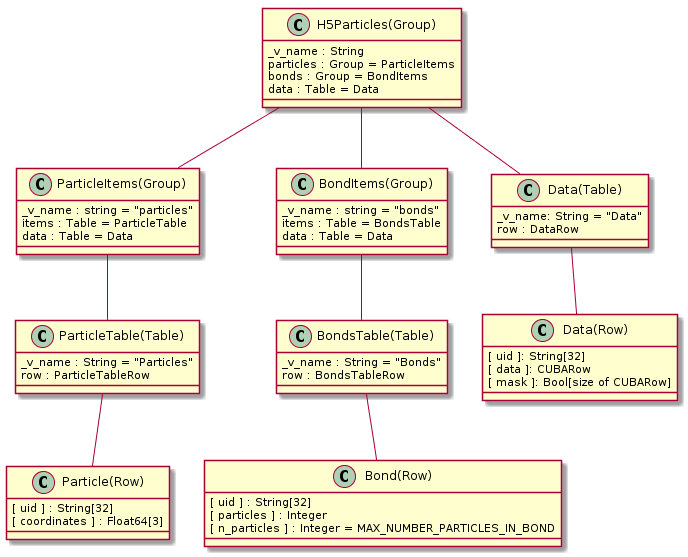
simphony/simphony-common keeps this PlantUML diagram as doc/source/images/h5particles.png. Above is the earlier version. Its diagram source:
```plantuml
@startuml
class H5Particles as "H5Particles(Group)" {
   _v_name : String
   particles : Group = ParticleItems
   bonds : Group = BondItems
   data : Table = Data
}

class ParticleItems as "ParticleItems(Group)" {
   _v_name : string = "particles"
   items : Table = ParticleTable
   data : Table = Data
}

class BondItems as "BondItems(Group)" {
   _v_name : string = "bonds"
   items : Table = BondsTable
   data : Table = Data
}

class ParticleTable as "ParticleTable(Table)" {
   _v_name : String = "Particles"
   row : ParticleTableRow
}

class BondsTable as "BondsTable(Table)" {
   _v_name : String = "Bonds"
   row : BondsTableRow
}

class Data as "Data(Table)" {
   _v_name: String = "Data"
   row : DataRow
}

class ParticleTableRow as "Particle(Row)" {
   [ uid ] : String[32]
   [ coordinates ] : Float64[3]
}

class BondTableRow as "Bond(Row)" {
   [ uid ] : String[32]
   [ particles ] : Integer
   [ n_particles ] : Integer = MAX_NUMBER_PARTICLES_IN_BOND
}

class DataRow as "Data(Row)" {
  [ uid ]: String[32]
  [ data ]: CUBARow
  [ mask ]: Bool[size of CUBARow]
}

H5Particles -- ParticleItems
H5Particles -- BondItems
H5Particles -- Data

ParticleItems -- ParticleTable
BondItems -- BondsTable

ParticleTable -- ParticleTableRow
BondsTable -- BondTableRow
Data -- DataRow

@enduml
```
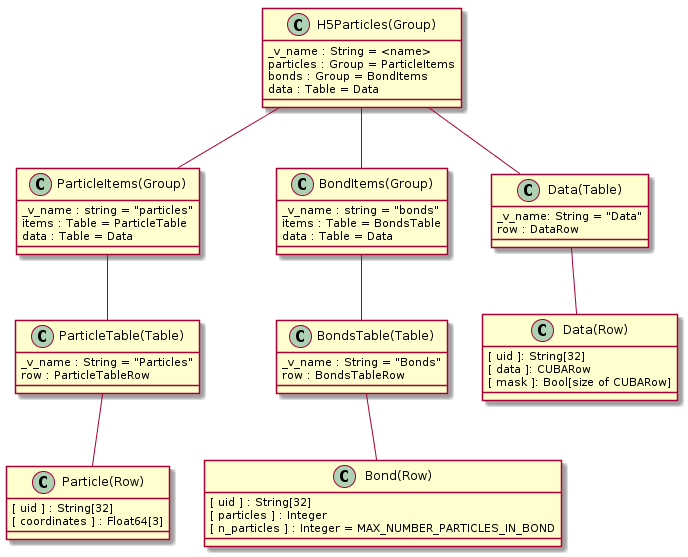
Later version of the same file.

Commit message:
Name should be probably left as <name> instead of file

What changed in the source:
```diff
@@ -1,6 +1,6 @@
 @startuml
 class H5Particles as "H5Particles(Group)" {
-   _v_name : String
+   _v_name : String = <name>
    particles : Group = ParticleItems
    bonds : Group = BondItems
    data : Table = Data
```
